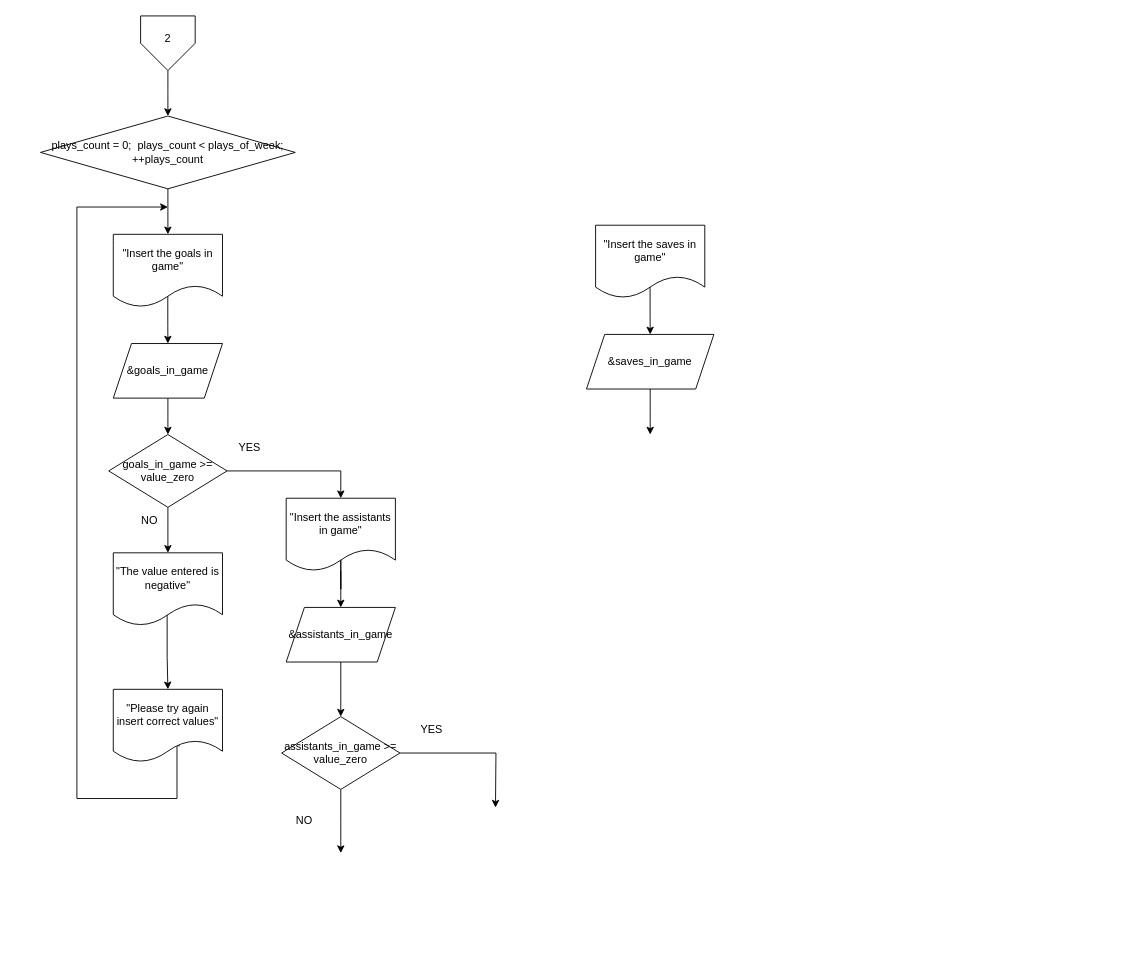
SrMochi02/exercises-c keeps this draw.io diagram as page "Page-3" (3 of 3) of 04_footballgames_practice/docs/excercisefootballgames.drawio. Above is the earlier version. Source tidied: cells renumbered, new cells numbered last; positions are measured from the earlier drawing's top-left corner, leaving out a move shared by most shapes. Both pictures are drawn from the tidied source at 91%, with x=0, y=0 at pixel (40, 15).
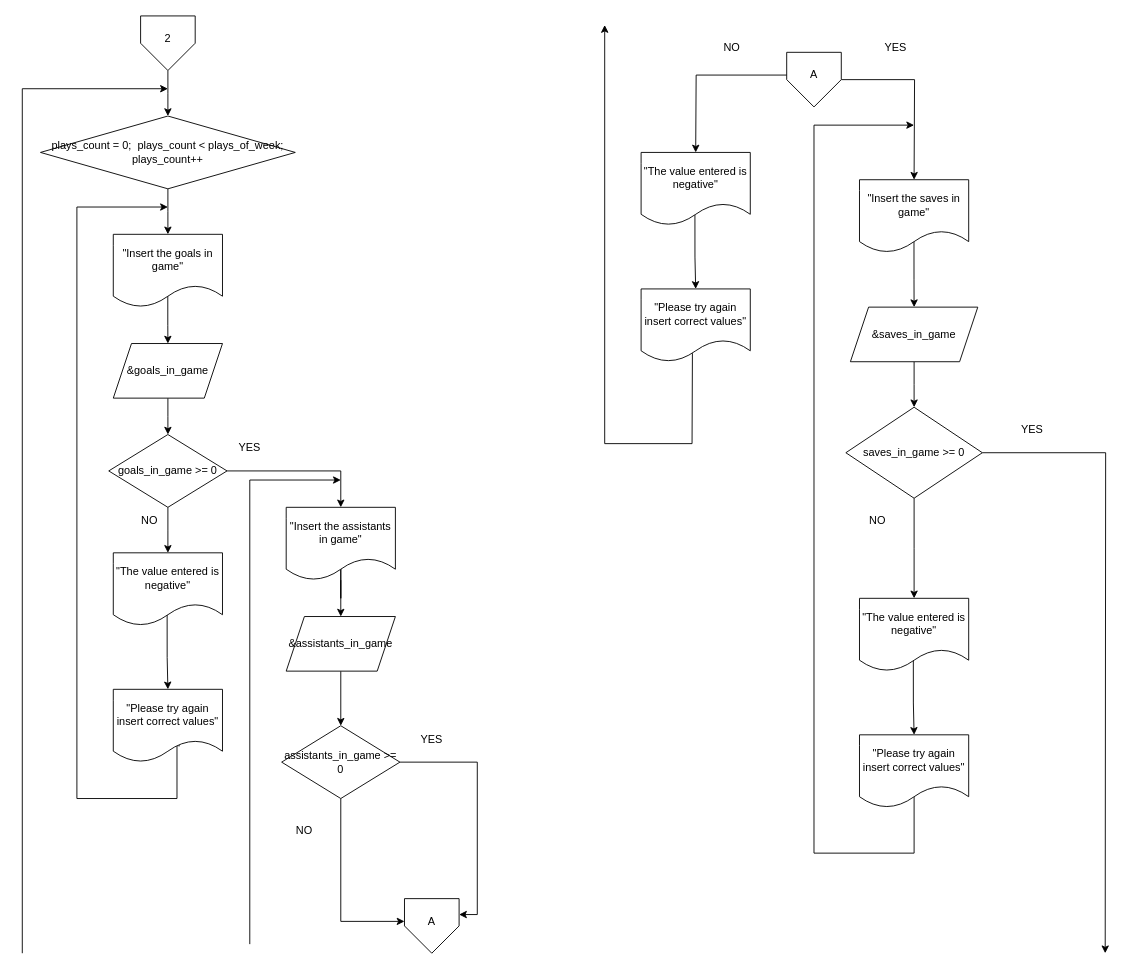
The same diagram, later.

Change to the diagram source:
```diff
@@
-    <mxCell id="6" value="plays_count = 0;&amp;nbsp; plays_count &amp;lt; plays_of_week; ++plays_count" style="rhombus;whiteSpace=wrap;html=1;" parent="1" vertex="1">
+    <mxCell id="6" value="plays_count = 0;&amp;nbsp; plays_count &amp;lt; plays_of_week; plays_count++" style="rhombus;whiteSpace=wrap;html=1;" parent="1" vertex="1">
       <mxGeometry y="110" width="280" height="80" as="geometry" />
     </mxCell>
@@
     <mxCell id="11" style="edgeStyle=orthogonalEdgeStyle;rounded=0;jettySize=auto;html=1;exitX=0.499;exitY=0.845;exitDx=0;exitDy=0;exitPerimeter=0;" parent="1" edge="1" source="12">
       <mxGeometry relative="1" as="geometry">
-        <mxPoint x="670" y="350" as="targetPoint" />
+        <mxPoint x="960" y="320" as="targetPoint" />
       </mxGeometry>
     </mxCell>
     <mxCell id="12" value="&quot;Insert the saves in game&quot;" style="shape=document;whiteSpace=wrap;html=1;boundedLbl=1;" parent="1" vertex="1">
-      <mxGeometry x="610" y="230" width="120" height="80" as="geometry" />
+      <mxGeometry x="900" y="180" width="120" height="80" as="geometry" />
     </mxCell>
     <mxCell id="13" style="edgeStyle=orthogonalEdgeStyle;rounded=0;jettySize=auto;html=1;" parent="1" edge="1" source="14">
       <mxGeometry relative="1" as="geometry">
-        <mxPoint x="670" y="460" as="targetPoint" />
+        <mxPoint x="960" y="430" as="targetPoint" />
       </mxGeometry>
     </mxCell>
     <mxCell id="14" value="&amp;amp;saves_in_game" style="shape=parallelogram;perimeter=parallelogramPerimeter;whiteSpace=wrap;html=1;fixedSize=1;" parent="1" vertex="1">
-      <mxGeometry x="600" y="350" width="140" height="60" as="geometry" />
+      <mxGeometry x="890" y="320" width="140" height="60" as="geometry" />
     </mxCell>
     <mxCell id="15" style="edgeStyle=orthogonalEdgeStyle;rounded=0;jettySize=auto;html=1;" parent="1" edge="1" source="31">
       <mxGeometry relative="1" as="geometry">
-        <mxPoint x="330" y="580" as="targetPoint" />
+        <mxPoint x="330" y="590" as="targetPoint" />
       </mxGeometry>
     </mxCell>
@@
-    <mxCell id="17" value="goals_in_game &amp;gt;= value_zero" style="rhombus;whiteSpace=wrap;html=1;" parent="1" vertex="1">
+    <mxCell id="17" value="goals_in_game &amp;gt;= 0" style="rhombus;whiteSpace=wrap;html=1;" parent="1" vertex="1">
       <mxGeometry x="75" y="460" width="130" height="80" as="geometry" />
     </mxCell>
@@
-    <mxCell id="25" style="edgeStyle=orthogonalEdgeStyle;rounded=0;jettySize=auto;html=1;" parent="1" edge="1" source="27">
-      <mxGeometry relative="1" as="geometry">
-        <mxPoint x="500" y="870" as="targetPoint" />
-      </mxGeometry>
+    <mxCell id="25" style="edgeStyle=orthogonalEdgeStyle;rounded=0;jettySize=auto;html=1;entryX=1;entryY=0.25;entryDx=0;entryDy=0;" parent="1" edge="1" source="27" target="35">
+      <mxGeometry relative="1" as="geometry" />
     </mxCell>
-    <mxCell id="26" style="edgeStyle=orthogonalEdgeStyle;rounded=0;jettySize=auto;html=1;" parent="1" edge="1" source="27">
+    <mxCell id="26" style="edgeStyle=orthogonalEdgeStyle;rounded=0;jettySize=auto;html=1;entryX=0;entryY=0.5;entryDx=0;entryDy=0;" parent="1" edge="1" source="27" target="35">
       <mxGeometry relative="1" as="geometry">
-        <mxPoint x="330" y="920" as="targetPoint" />
+        <Array as="points">
+          <mxPoint x="330" y="995" />
+        </Array>
       </mxGeometry>
     </mxCell>
-    <mxCell id="27" value="assistants_in_game &amp;gt;= value_zero" style="rhombus;whiteSpace=wrap;html=1;" parent="1" vertex="1">
-      <mxGeometry x="265" y="770" width="130" height="80" as="geometry" />
+    <mxCell id="27" value="assistants_in_game &amp;gt;= 0" style="rhombus;whiteSpace=wrap;html=1;" parent="1" vertex="1">
+      <mxGeometry x="265" y="780" width="130" height="80" as="geometry" />
     </mxCell>
     <mxCell id="28" value="YES" style="text;html=1;whiteSpace=wrap;strokeColor=none;fillColor=none;align=center;verticalAlign=middle;rounded=0;" parent="1" vertex="1">
-      <mxGeometry x="400" y="770" width="60" height="30" as="geometry" />
+      <mxGeometry x="400" y="780" width="60" height="30" as="geometry" />
     </mxCell>
     <mxCell id="29" value="NO" style="text;html=1;whiteSpace=wrap;strokeColor=none;fillColor=none;align=center;verticalAlign=middle;rounded=0;" parent="1" vertex="1">
-      <mxGeometry x="260" y="870" width="60" height="30" as="geometry" />
+      <mxGeometry x="260" y="880" width="60" height="30" as="geometry" />
     </mxCell>
@@
     <mxCell id="31" value="&quot;Insert the assistants in game&quot;" style="shape=document;whiteSpace=wrap;html=1;boundedLbl=1;" parent="1" vertex="1">
-      <mxGeometry x="270" y="530" width="120" height="80" as="geometry" />
+      <mxGeometry x="270" y="540" width="120" height="80" as="geometry" />
     </mxCell>
@@
     <mxCell id="33" value="&amp;amp;assistants_in_game" style="shape=parallelogram;perimeter=parallelogramPerimeter;whiteSpace=wrap;html=1;fixedSize=1;" parent="1" vertex="1">
-      <mxGeometry x="270" y="650" width="120" height="60" as="geometry" />
+      <mxGeometry x="270" y="660" width="120" height="60" as="geometry" />
     </mxCell>
+    <mxCell id="34" style="verticalLabelPosition=bottom;verticalAlign=top;html=1;shape=offPageConnector;rounded=0;size=0.5;" parent="1" vertex="1">
+      <mxGeometry x="400" y="970" width="60" height="60" as="geometry" />
+    </mxCell>
+    <mxCell id="35" value="A" style="text;html=1;whiteSpace=wrap;strokeColor=none;fillColor=none;align=center;verticalAlign=middle;rounded=0;" parent="1" vertex="1">
+      <mxGeometry x="400" y="980" width="60" height="30" as="geometry" />
+    </mxCell>
+    <mxCell id="36" style="edgeStyle=orthogonalEdgeStyle;rounded=0;jettySize=auto;html=1;" parent="1" edge="1" source="37">
+      <mxGeometry relative="1" as="geometry">
+        <mxPoint x="960" y="180" as="targetPoint" />
+      </mxGeometry>
+    </mxCell>
+    <mxCell id="37" style="verticalLabelPosition=bottom;verticalAlign=top;html=1;shape=offPageConnector;rounded=0;size=0.5;" parent="1" vertex="1">
+      <mxGeometry x="820" y="40" width="60" height="60" as="geometry" />
+    </mxCell>
+    <mxCell id="38" style="edgeStyle=orthogonalEdgeStyle;rounded=0;jettySize=auto;html=1;" parent="1" edge="1" source="39">
+      <mxGeometry relative="1" as="geometry">
+        <mxPoint x="720" y="150" as="targetPoint" />
+      </mxGeometry>
+    </mxCell>
+    <mxCell id="39" value="A" style="text;html=1;whiteSpace=wrap;strokeColor=none;fillColor=none;align=center;verticalAlign=middle;rounded=0;" parent="1" vertex="1">
+      <mxGeometry x="820" y="50" width="60" height="30" as="geometry" />
+    </mxCell>
+    <mxCell id="40" value="NO" style="text;html=1;whiteSpace=wrap;strokeColor=none;fillColor=none;align=center;verticalAlign=middle;rounded=0;" parent="1" vertex="1">
+      <mxGeometry x="730" y="20" width="60" height="30" as="geometry" />
+    </mxCell>
+    <mxCell id="41" value="YES" style="text;html=1;whiteSpace=wrap;strokeColor=none;fillColor=none;align=center;verticalAlign=middle;rounded=0;" parent="1" vertex="1">
+      <mxGeometry x="910" y="20" width="60" height="30" as="geometry" />
+    </mxCell>
+    <mxCell id="42" style="edgeStyle=orthogonalEdgeStyle;rounded=0;jettySize=auto;html=1;entryX=0.5;entryY=0;entryDx=0;entryDy=0;exitX=0.493;exitY=0.845;exitDx=0;exitDy=0;exitPerimeter=0;" parent="1" edge="1" source="43" target="44">
+      <mxGeometry relative="1" as="geometry" />
+    </mxCell>
+    <mxCell id="43" value="&quot;The value entered is negative&quot;" style="shape=document;whiteSpace=wrap;html=1;boundedLbl=1;" parent="1" vertex="1">
+      <mxGeometry x="660" y="150" width="120" height="80" as="geometry" />
+    </mxCell>
+    <mxCell id="44" value="&quot;Please try again insert correct values&quot;" style="shape=document;whiteSpace=wrap;html=1;boundedLbl=1;" parent="1" vertex="1">
+      <mxGeometry x="660" y="300" width="120" height="80" as="geometry" />
+    </mxCell>
+    <mxCell id="45" style="endArrow=classic;html=1;rounded=0;" parent="1" edge="1">
+      <mxGeometry relative="1" as="geometry">
+        <mxPoint x="230" y="1020" as="sourcePoint" />
+        <mxPoint x="330" y="510" as="targetPoint" />
+        <Array as="points">
+          <mxPoint x="230" y="510" />
+        </Array>
+      </mxGeometry>
+    </mxCell>
+    <mxCell id="46" style="endArrow=classic;html=1;rounded=0;exitX=0.47;exitY=0.883;exitDx=0;exitDy=0;exitPerimeter=0;" parent="1" edge="1" source="44">
+      <mxGeometry relative="1" as="geometry">
+        <mxPoint x="620" y="10" as="targetPoint" />
+        <Array as="points">
+          <mxPoint x="716" y="470" />
+          <mxPoint x="620" y="470" />
+        </Array>
+      </mxGeometry>
+    </mxCell>
+    <mxCell id="47" style="edgeStyle=orthogonalEdgeStyle;rounded=0;jettySize=auto;html=1;" parent="1" edge="1" source="49">
+      <mxGeometry relative="1" as="geometry">
+        <mxPoint x="960" y="640" as="targetPoint" />
+      </mxGeometry>
+    </mxCell>
+    <mxCell id="48" style="edgeStyle=orthogonalEdgeStyle;rounded=0;jettySize=auto;html=1;" parent="1" edge="1" source="49">
+      <mxGeometry relative="1" as="geometry">
+        <mxPoint x="1170" y="1030" as="targetPoint" />
+      </mxGeometry>
+    </mxCell>
+    <mxCell id="49" value="saves_in_game &amp;gt;= 0" style="rhombus;whiteSpace=wrap;html=1;" parent="1" vertex="1">
+      <mxGeometry x="885" y="430" width="150" height="100" as="geometry" />
+    </mxCell>
+    <mxCell id="50" value="NO" style="text;html=1;whiteSpace=wrap;strokeColor=none;fillColor=none;align=center;verticalAlign=middle;rounded=0;" parent="1" vertex="1">
+      <mxGeometry x="890" y="540" width="60" height="30" as="geometry" />
+    </mxCell>
+    <mxCell id="51" value="YES" style="text;html=1;whiteSpace=wrap;strokeColor=none;fillColor=none;align=center;verticalAlign=middle;rounded=0;" parent="1" vertex="1">
+      <mxGeometry x="1060" y="440" width="60" height="30" as="geometry" />
+    </mxCell>
+    <mxCell id="52" style="edgeStyle=orthogonalEdgeStyle;rounded=0;jettySize=auto;html=1;entryX=0.5;entryY=0;entryDx=0;entryDy=0;exitX=0.493;exitY=0.845;exitDx=0;exitDy=0;exitPerimeter=0;" parent="1" edge="1" source="53" target="55">
+      <mxGeometry relative="1" as="geometry" />
+    </mxCell>
+    <mxCell id="53" value="&quot;The value entered is negative&quot;" style="shape=document;whiteSpace=wrap;html=1;boundedLbl=1;" parent="1" vertex="1">
+      <mxGeometry x="900" y="640" width="120" height="80" as="geometry" />
+    </mxCell>
+    <mxCell id="54" style="edgeStyle=orthogonalEdgeStyle;rounded=0;jettySize=auto;html=1;exitX=0.5;exitY=0.829;exitDx=0;exitDy=0;exitPerimeter=0;" parent="1" edge="1" source="55">
+      <mxGeometry relative="1" as="geometry">
+        <mxPoint x="960" y="120" as="targetPoint" />
+        <Array as="points">
+          <mxPoint x="960" y="920" />
+          <mxPoint x="850" y="920" />
+          <mxPoint x="850" y="120" />
+        </Array>
+      </mxGeometry>
+    </mxCell>
+    <mxCell id="55" value="&quot;Please try again insert correct values&quot;" style="shape=document;whiteSpace=wrap;html=1;boundedLbl=1;" parent="1" vertex="1">
+      <mxGeometry x="900" y="790" width="120" height="80" as="geometry" />
+    </mxCell>
+    <mxCell id="56" style="endArrow=classic;html=1;rounded=0;" parent="1" edge="1">
+      <mxGeometry relative="1" as="geometry">
+        <mxPoint x="-20" y="1030" as="sourcePoint" />
+        <mxPoint x="140" y="80" as="targetPoint" />
+        <Array as="points">
+          <mxPoint x="-20" y="80" />
+        </Array>
+      </mxGeometry>
+    </mxCell>
```
